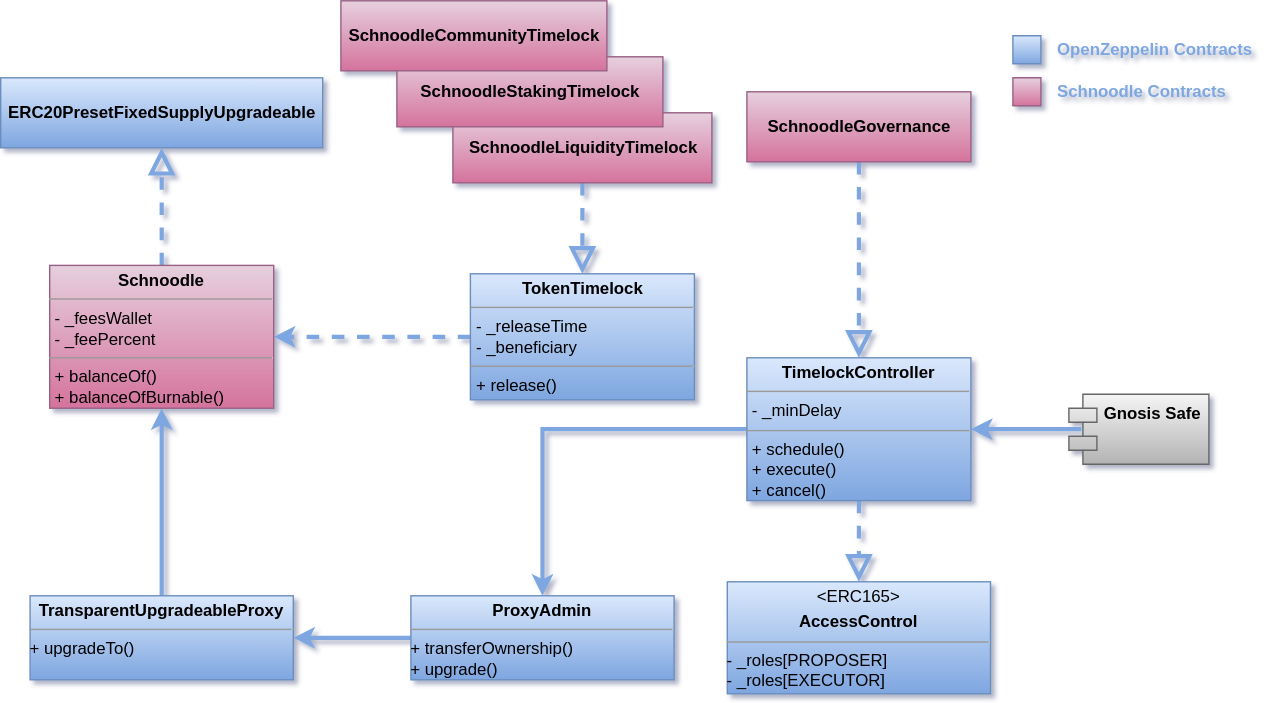
schnoodledao/contracts keeps this draw.io diagram as docs/.gitbook/assets/Architecture.svg. Above is the earlier version. Source tidied: cells renumbered, new cells last; positions are measured from the earlier drawing's top-left corner, leaving out a move shared by most shapes.
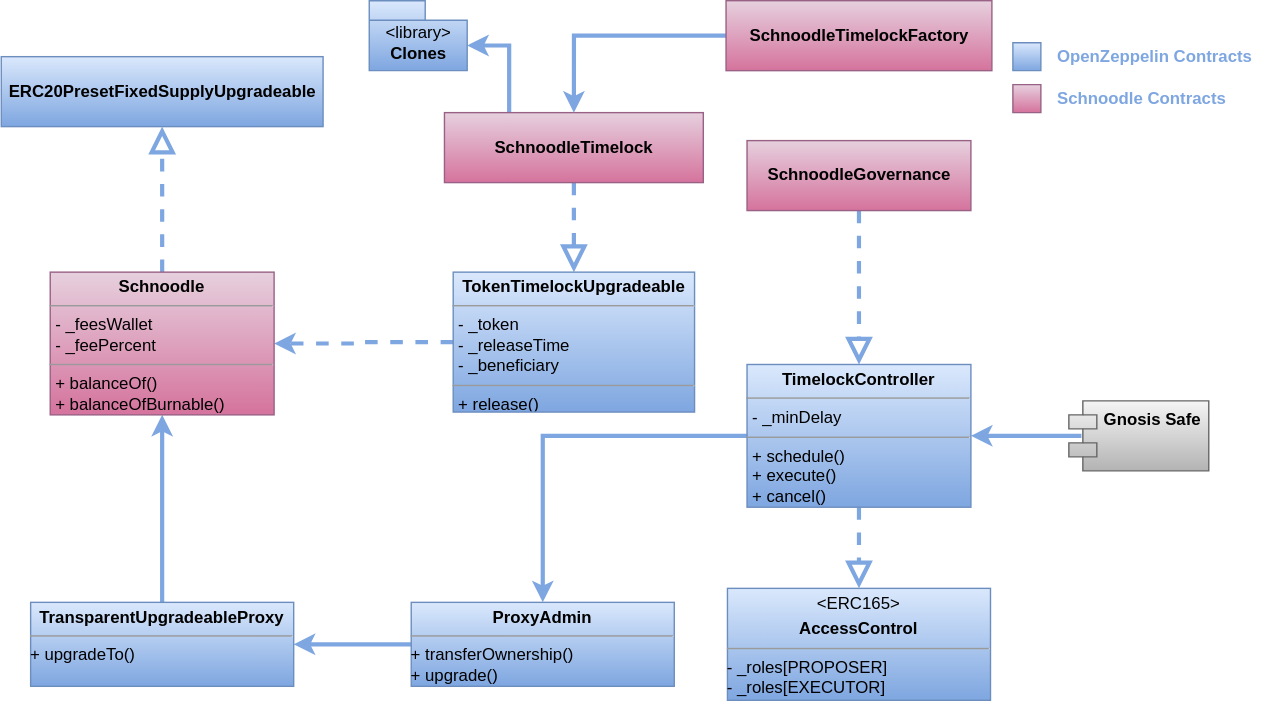
The same file after the commit.

Commit message:
Update Architecture.svg with SchnoodleTimelock clones

The edit, as a diff of the source:
```diff
@@ -18,13 +18,16 @@
       <mxGeometry relative="1" as="geometry" />
     </mxCell>
     <mxCell id="7" value="&lt;b&gt;SchnoodleGovernance&lt;/b&gt;" style="html=1;fillColor=#e6d0de;strokeColor=#996185;gradientColor=#d5739d;" parent="1" vertex="1">
-      <mxGeometry x="533" y="65" width="160" height="50" as="geometry" />
+      <mxGeometry x="533" y="95" width="160" height="50" as="geometry" />
     </mxCell>
+    <mxCell id="27" style="edgeStyle=orthogonalEdgeStyle;rounded=0;jettySize=auto;html=1;exitX=0.25;exitY=0;exitDx=0;exitDy=0;entryX=0;entryY=0;entryDx=70;entryDy=32;entryPerimeter=0;strokeColor=#7EA6E0;strokeWidth=3;" parent="1" edge="1" source="8" target="29">
+      <mxGeometry relative="1" as="geometry" />
+    </mxCell>
-    <mxCell id="8" value="&lt;span style=&quot;font-weight: 700&quot;&gt;SchnoodleLiquidityTimelock&lt;/span&gt;" style="html=1;fillColor=#e6d0de;strokeColor=#996185;gradientColor=#d5739d;" parent="1" vertex="1">
-      <mxGeometry x="323" y="80" width="185" height="50" as="geometry" />
+    <mxCell id="8" value="&lt;span style=&quot;font-weight: 700&quot;&gt;SchnoodleTimelock&lt;/span&gt;" style="html=1;fillColor=#e6d0de;strokeColor=#996185;gradientColor=#d5739d;" parent="1" vertex="1">
+      <mxGeometry x="316.8" y="75" width="185" height="50" as="geometry" />
     </mxCell>
     <mxCell id="9" value="&lt;b&gt;ERC20PresetFixedSupplyUpgradeable&lt;/b&gt;" style="html=1;fillColor=#dae8fc;strokeColor=#6c8ebf;gradientColor=#7ea6e0;" parent="1" vertex="1">
-      <mxGeometry y="55" width="230" height="50" as="geometry" />
+      <mxGeometry y="35" width="230" height="50" as="geometry" />
     </mxCell>
     <mxCell id="10" style="endArrow=block;dashed=1;endFill=0;endSize=12;html=1;exitX=0.5;exitY=0;exitDx=0;exitDy=0;entryX=0.5;entryY=1;entryDx=0;entryDy=0;strokeColor=#7EA6E0;strokeWidth=3;" parent="1" edge="1" source="15" target="9">
       <mxGeometry relative="1" as="geometry" />
@@ -38,8 +41,8 @@
     <mxCell id="13" style="edgeStyle=orthogonalEdgeStyle;rounded=0;jettySize=auto;html=1;entryX=1;entryY=0.5;entryDx=0;entryDy=0;dashed=1;exitX=0;exitY=0.5;exitDx=0;exitDy=0;strokeColor=#7EA6E0;strokeWidth=3;" parent="1" edge="1" source="14" target="15">
       <mxGeometry relative="1" as="geometry" />
     </mxCell>
-    <mxCell id="14" value="&lt;p style=&quot;margin: 0px ; margin-top: 4px ; text-align: center&quot;&gt;&lt;b&gt;TokenTimelock&lt;/b&gt;&lt;/p&gt;&lt;hr size=&quot;1&quot;&gt;&lt;p style=&quot;margin: 0px ; margin-left: 4px&quot;&gt;- _releaseTime&lt;br style=&quot;padding: 0px ; margin: 0px&quot;&gt;- _beneficiary&lt;br&gt;&lt;/p&gt;&lt;hr size=&quot;1&quot;&gt;&lt;p style=&quot;margin: 0px ; margin-left: 4px&quot;&gt;+ release()&lt;/p&gt;" style="verticalAlign=top;align=left;overflow=fill;fontSize=12;fontFamily=Helvetica;html=1;fillColor=#dae8fc;strokeColor=#6c8ebf;gradientColor=#7ea6e0;" parent="1" vertex="1">
-      <mxGeometry x="335.5" y="195" width="160" height="90" as="geometry" />
+    <mxCell id="14" value="&lt;p style=&quot;margin: 0px ; margin-top: 4px ; text-align: center&quot;&gt;&lt;b&gt;TokenTimelockUpgradeable&lt;/b&gt;&lt;/p&gt;&lt;hr size=&quot;1&quot;&gt;&lt;p style=&quot;margin: 0px ; margin-left: 4px&quot;&gt;- _token&lt;/p&gt;&lt;p style=&quot;margin: 0px ; margin-left: 4px&quot;&gt;- _releaseTime&lt;br style=&quot;padding: 0px ; margin: 0px&quot;&gt;- _beneficiary&lt;br&gt;&lt;/p&gt;&lt;hr size=&quot;1&quot;&gt;&lt;p style=&quot;margin: 0px ; margin-left: 4px&quot;&gt;+ release()&lt;/p&gt;" style="verticalAlign=top;align=left;overflow=fill;fontSize=12;fontFamily=Helvetica;html=1;fillColor=#dae8fc;strokeColor=#6c8ebf;gradientColor=#7ea6e0;" parent="1" vertex="1">
+      <mxGeometry x="323" y="189" width="172.5" height="100" as="geometry" />
     </mxCell>
     <mxCell id="15" value="&lt;p style=&quot;margin: 0px ; margin-top: 4px ; text-align: center&quot;&gt;&lt;b&gt;Schnoodle&lt;/b&gt;&lt;/p&gt;&lt;hr size=&quot;1&quot;&gt;&lt;p style=&quot;margin: 0px ; margin-left: 4px&quot;&gt;- _feesWallet&lt;br style=&quot;padding: 0px ; margin: 0px&quot;&gt;- _feePercent&lt;br&gt;&lt;/p&gt;&lt;hr size=&quot;1&quot;&gt;&lt;p style=&quot;margin: 0px ; margin-left: 4px&quot;&gt;+ balanceOf()&lt;br style=&quot;padding: 0px ; margin: 0px&quot;&gt;+ balanceOfBurnable()&lt;br&gt;&lt;/p&gt;" style="verticalAlign=top;align=left;overflow=fill;fontSize=12;fontFamily=Helvetica;html=1;fillColor=#e6d0de;strokeColor=#996185;gradientColor=#d5739d;" parent="1" vertex="1">
       <mxGeometry x="35" y="189" width="160" height="102" as="geometry" />
@@ -71,11 +74,14 @@
     <mxCell id="24" style="verticalLabelPosition=bottom;verticalAlign=top;html=1;shape=mxgraph.basic.rect;fillColor2=none;strokeWidth=1;size=20;indent=5;gradientColor=#d5739d;fillColor=#e6d0de;strokeColor=#996185;" parent="1" vertex="1">
       <mxGeometry x="723" y="55" width="20" height="20" as="geometry" />
     </mxCell>
-    <mxCell id="25" value="&lt;span style=&quot;font-weight: 700&quot;&gt;SchnoodleStakingTimelock&lt;/span&gt;" style="html=1;fillColor=#e6d0de;strokeColor=#996185;gradientColor=#d5739d;" parent="1" vertex="1">
-      <mxGeometry x="283" y="40" width="190" height="50" as="geometry" />
-    </mxCell>
+    <mxCell id="28" style="edgeStyle=orthogonalEdgeStyle;rounded=0;jettySize=auto;html=1;exitX=0;exitY=0.5;exitDx=0;exitDy=0;entryX=0.5;entryY=0;entryDx=0;entryDy=0;strokeWidth=3;strokeColor=#7EA6E0;" parent="1" edge="1" source="26" target="8">
+      <mxGeometry relative="1" as="geometry" />
+    </mxCell>
-    <mxCell id="26" value="&lt;span style=&quot;font-weight: 700&quot;&gt;SchnoodleCommunityTimelock&lt;/span&gt;" style="html=1;fillColor=#e6d0de;strokeColor=#996185;gradientColor=#d5739d;" parent="1" vertex="1">
-      <mxGeometry x="243" width="190" height="50" as="geometry" />
+    <mxCell id="26" value="&lt;span style=&quot;font-weight: 700&quot;&gt;SchnoodleTimelockFactory&lt;/span&gt;" style="html=1;fillColor=#e6d0de;strokeColor=#996185;gradientColor=#d5739d;" parent="1" vertex="1">
+      <mxGeometry x="518" y="-5" width="190" height="50" as="geometry" />
     </mxCell>
+    <mxCell id="29" value="&lt;span style=&quot;font-weight: normal&quot;&gt;&amp;lt;library&amp;gt;&lt;/span&gt;&lt;br&gt;Clones" style="shape=folder;fontStyle=1;spacingTop=10;tabWidth=40;tabHeight=14;tabPosition=left;html=1;fillColor=#dae8fc;strokeColor=#6c8ebf;gradientColor=#7ea6e0;" parent="1" vertex="1">
+      <mxGeometry x="263" y="-5" width="70" height="50" as="geometry" />
+    </mxCell>
   </root>
 </mxGraphModel>
```
